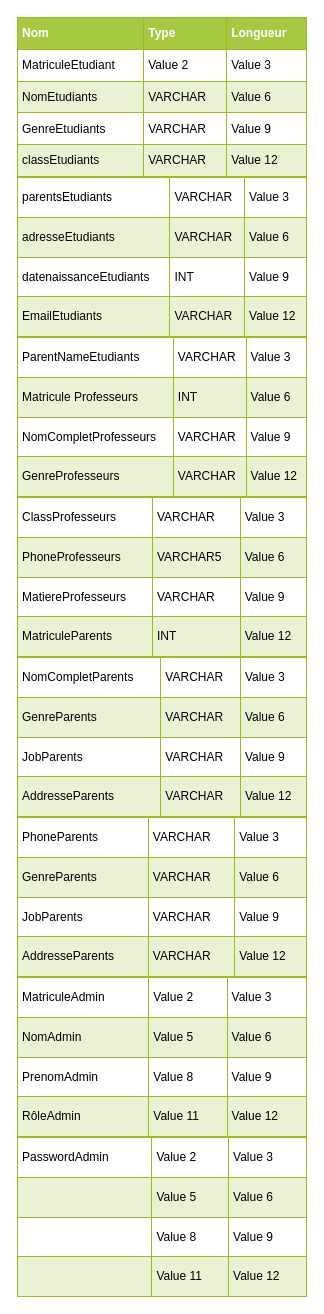
JAMALEEY/Application-de-gestion-d-cole-BETA keeps this draw.io diagram as Conceptions/Merise/DictionnaireDonnée.drawio. Above is the earlier version. Source tidied: cells renumbered, new cells numbered last; positions are measured from the earlier drawing's top-left corner, leaving out a move shared by most shapes. Both pictures are drawn from the tidied source at 100%, with x=0, y=0 at pixel (17, 17).
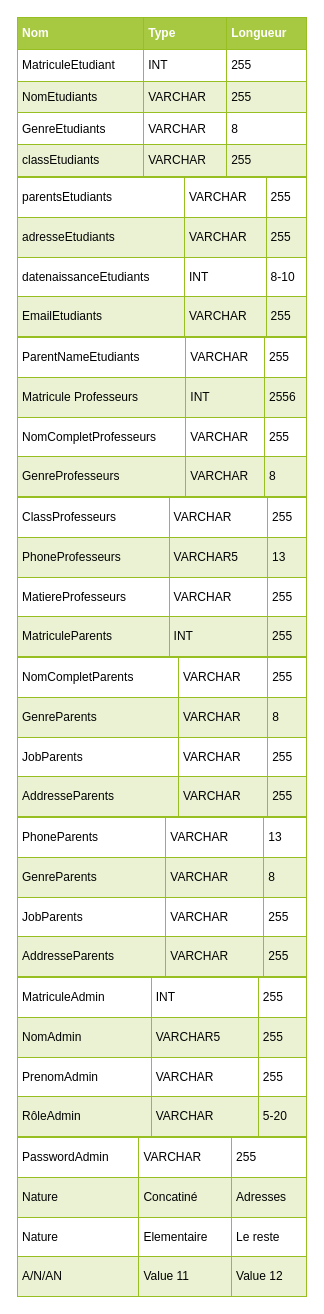
Above is the later version.

Commit message:
Finish Dictionnaire Donnée

Change to the diagram source:
```diff
@@
 <mxGraphModel>
   <root>
     <mxCell id="0" />
     <mxCell id="1" parent="0" />
-    <mxCell id="2" value="&lt;table border=&quot;1&quot; width=&quot;100%&quot; cellpadding=&quot;4&quot; style=&quot;width: 100% ; height: 100% ; border-collapse: collapse&quot;&gt;&lt;tbody&gt;&lt;tr style=&quot;background-color: #a7c942 ; color: #ffffff ; border: 1px solid #98bf21&quot;&gt;&lt;th align=&quot;left&quot;&gt;Nom&lt;/th&gt;&lt;th align=&quot;left&quot;&gt;Type&lt;/th&gt;&lt;th align=&quot;left&quot;&gt;Longueur&lt;/th&gt;&lt;/tr&gt;&lt;tr style=&quot;border: 1px solid #98bf21&quot;&gt;&lt;td&gt;MatriculeEtudiant&lt;/td&gt;&lt;td&gt;Value 2&lt;/td&gt;&lt;td&gt;Value 3&lt;/td&gt;&lt;/tr&gt;&lt;tr style=&quot;background-color: #eaf2d3 ; border: 1px solid #98bf21&quot;&gt;&lt;td&gt;&lt;font color=&quot;#030303&quot;&gt;NomEtudiants&lt;/font&gt;&lt;/td&gt;&lt;td&gt;&lt;font color=&quot;#030303&quot;&gt;VARCHAR&lt;/font&gt;&lt;/td&gt;&lt;td&gt;Value 6&lt;/td&gt;&lt;/tr&gt;&lt;tr style=&quot;border: 1px solid #98bf21&quot;&gt;&lt;td&gt;GenreEtudiants&lt;/td&gt;&lt;td&gt;VARCHAR&lt;/td&gt;&lt;td&gt;Value 9&lt;/td&gt;&lt;/tr&gt;&lt;tr style=&quot;background-color: #eaf2d3 ; border: 1px solid #98bf21&quot;&gt;&lt;td&gt;&lt;font color=&quot;#030303&quot;&gt;classEtudiants&lt;/font&gt;&lt;/td&gt;&lt;td&gt;&lt;font color=&quot;#030303&quot;&gt;VARCHAR&lt;/font&gt;&lt;/td&gt;&lt;td&gt;Value 12&lt;/td&gt;&lt;/tr&gt;&lt;/tbody&gt;&lt;/table&gt;" style="text;html=1;overflow=fill;rounded=0;" parent="1" vertex="1">
+    <mxCell id="2" value="&lt;table border=&quot;1&quot; width=&quot;100%&quot; cellpadding=&quot;4&quot; style=&quot;width: 100% ; height: 100% ; border-collapse: collapse&quot;&gt;&lt;tbody&gt;&lt;tr style=&quot;background-color: #a7c942 ; color: #ffffff ; border: 1px solid #98bf21&quot;&gt;&lt;th align=&quot;left&quot;&gt;Nom&lt;/th&gt;&lt;th align=&quot;left&quot;&gt;Type&lt;/th&gt;&lt;th align=&quot;left&quot;&gt;Longueur&lt;/th&gt;&lt;/tr&gt;&lt;tr style=&quot;border: 1px solid #98bf21&quot;&gt;&lt;td&gt;MatriculeEtudiant&lt;/td&gt;&lt;td&gt;INT&lt;/td&gt;&lt;td&gt;255&lt;/td&gt;&lt;/tr&gt;&lt;tr style=&quot;background-color: #eaf2d3 ; border: 1px solid #98bf21&quot;&gt;&lt;td&gt;&lt;font color=&quot;#030303&quot;&gt;NomEtudiants&lt;/font&gt;&lt;/td&gt;&lt;td&gt;&lt;font color=&quot;#030303&quot;&gt;VARCHAR&lt;/font&gt;&lt;/td&gt;&lt;td&gt;&lt;font color=&quot;#030303&quot;&gt;255&lt;/font&gt;&lt;/td&gt;&lt;/tr&gt;&lt;tr style=&quot;border: 1px solid #98bf21&quot;&gt;&lt;td&gt;GenreEtudiants&lt;/td&gt;&lt;td&gt;VARCHAR&lt;/td&gt;&lt;td&gt;8&lt;/td&gt;&lt;/tr&gt;&lt;tr style=&quot;background-color: #eaf2d3 ; border: 1px solid #98bf21&quot;&gt;&lt;td&gt;&lt;font color=&quot;#030303&quot;&gt;classEtudiants&lt;/font&gt;&lt;/td&gt;&lt;td&gt;&lt;font color=&quot;#030303&quot;&gt;VARCHAR&lt;/font&gt;&lt;/td&gt;&lt;td&gt;&lt;font color=&quot;#030303&quot;&gt;255&lt;/font&gt;&lt;/td&gt;&lt;/tr&gt;&lt;/tbody&gt;&lt;/table&gt;" style="text;html=1;overflow=fill;rounded=0;" parent="1" vertex="1">
       <mxGeometry width="290" height="160" as="geometry" />
     </mxCell>
-    <mxCell id="3" value="&lt;table border=&quot;1&quot; width=&quot;100%&quot; cellpadding=&quot;4&quot; style=&quot;width: 100% ; height: 100% ; border-collapse: collapse&quot;&gt;&lt;tbody&gt;&lt;tr style=&quot;border: 1px solid #98bf21&quot;&gt;&lt;td&gt;parentsEtudiants&lt;/td&gt;&lt;td&gt;VARCHAR&lt;/td&gt;&lt;td&gt;Value 3&lt;/td&gt;&lt;/tr&gt;&lt;tr style=&quot;background-color: #eaf2d3 ; border: 1px solid #98bf21&quot;&gt;&lt;td&gt;&lt;font color=&quot;#030303&quot;&gt;adresseEtudiants&lt;/font&gt;&lt;/td&gt;&lt;td&gt;&lt;font color=&quot;#030303&quot;&gt;VARCHAR&lt;/font&gt;&lt;/td&gt;&lt;td&gt;Value 6&lt;/td&gt;&lt;/tr&gt;&lt;tr style=&quot;border: 1px solid #98bf21&quot;&gt;&lt;td&gt;datenaissanceEtudiants&lt;/td&gt;&lt;td&gt;INT&lt;/td&gt;&lt;td&gt;Value 9&lt;/td&gt;&lt;/tr&gt;&lt;tr style=&quot;background-color: #eaf2d3 ; border: 1px solid #98bf21&quot;&gt;&lt;td&gt;&lt;font color=&quot;#030303&quot;&gt;EmailEtudiants&lt;/font&gt;&lt;/td&gt;&lt;td&gt;&lt;font color=&quot;#030303&quot;&gt;VARCHAR&lt;/font&gt;&lt;/td&gt;&lt;td&gt;Value 12&lt;/td&gt;&lt;/tr&gt;&lt;/tbody&gt;&lt;/table&gt;" style="text;html=1;overflow=fill;rounded=0;" parent="1" vertex="1">
+    <mxCell id="3" value="&lt;table border=&quot;1&quot; width=&quot;100%&quot; cellpadding=&quot;4&quot; style=&quot;width: 100% ; height: 100% ; border-collapse: collapse&quot;&gt;&lt;tbody&gt;&lt;tr style=&quot;border: 1px solid #98bf21&quot;&gt;&lt;td&gt;parentsEtudiants&lt;/td&gt;&lt;td&gt;VARCHAR&lt;/td&gt;&lt;td&gt;255&lt;/td&gt;&lt;/tr&gt;&lt;tr style=&quot;background-color: #eaf2d3 ; border: 1px solid #98bf21&quot;&gt;&lt;td&gt;&lt;font color=&quot;#030303&quot;&gt;adresseEtudiants&lt;/font&gt;&lt;/td&gt;&lt;td&gt;&lt;font color=&quot;#030303&quot;&gt;VARCHAR&lt;/font&gt;&lt;/td&gt;&lt;td&gt;&lt;font color=&quot;#030303&quot;&gt;255&lt;/font&gt;&lt;/td&gt;&lt;/tr&gt;&lt;tr style=&quot;border: 1px solid #98bf21&quot;&gt;&lt;td&gt;datenaissanceEtudiants&lt;/td&gt;&lt;td&gt;INT&lt;/td&gt;&lt;td&gt;8-10&lt;/td&gt;&lt;/tr&gt;&lt;tr style=&quot;background-color: #eaf2d3 ; border: 1px solid #98bf21&quot;&gt;&lt;td&gt;&lt;font color=&quot;#030303&quot;&gt;EmailEtudiants&lt;/font&gt;&lt;/td&gt;&lt;td&gt;&lt;font color=&quot;#030303&quot;&gt;VARCHAR&lt;/font&gt;&lt;/td&gt;&lt;td&gt;&lt;font color=&quot;#030303&quot;&gt;255&lt;/font&gt;&lt;/td&gt;&lt;/tr&gt;&lt;/tbody&gt;&lt;/table&gt;" style="text;html=1;overflow=fill;rounded=0;" parent="1" vertex="1">
       <mxGeometry y="160" width="290" height="160" as="geometry" />
     </mxCell>
-    <mxCell id="4" value="&lt;table border=&quot;1&quot; width=&quot;100%&quot; cellpadding=&quot;4&quot; style=&quot;width: 100% ; height: 100% ; border-collapse: collapse&quot;&gt;&lt;tbody&gt;&lt;tr style=&quot;border: 1px solid #98bf21&quot;&gt;&lt;td&gt;ParentNameEtudiants&lt;/td&gt;&lt;td&gt;VARCHAR&lt;/td&gt;&lt;td&gt;Value 3&lt;/td&gt;&lt;/tr&gt;&lt;tr style=&quot;background-color: #eaf2d3 ; border: 1px solid #98bf21&quot;&gt;&lt;td&gt;&lt;font color=&quot;#030303&quot;&gt;Matricule&amp;nbsp;Professeurs&lt;/font&gt;&lt;/td&gt;&lt;td&gt;&lt;font color=&quot;#030303&quot;&gt;INT&lt;/font&gt;&lt;/td&gt;&lt;td&gt;Value 6&lt;/td&gt;&lt;/tr&gt;&lt;tr style=&quot;border: 1px solid #98bf21&quot;&gt;&lt;td&gt;NomCompletProfesseurs&lt;/td&gt;&lt;td&gt;VARCHAR&lt;/td&gt;&lt;td&gt;Value 9&lt;/td&gt;&lt;/tr&gt;&lt;tr style=&quot;background-color: #eaf2d3 ; border: 1px solid #98bf21&quot;&gt;&lt;td&gt;&lt;font color=&quot;#030303&quot;&gt;GenreProfesseurs&lt;/font&gt;&lt;/td&gt;&lt;td&gt;&lt;font color=&quot;#030303&quot;&gt;VARCHAR&lt;/font&gt;&lt;/td&gt;&lt;td&gt;Value 12&lt;/td&gt;&lt;/tr&gt;&lt;/tbody&gt;&lt;/table&gt;" style="text;html=1;overflow=fill;rounded=0;" parent="1" vertex="1">
+    <mxCell id="4" value="&lt;table border=&quot;1&quot; width=&quot;100%&quot; cellpadding=&quot;4&quot; style=&quot;width: 100% ; height: 100% ; border-collapse: collapse&quot;&gt;&lt;tbody&gt;&lt;tr style=&quot;border: 1px solid #98bf21&quot;&gt;&lt;td&gt;ParentNameEtudiants&lt;/td&gt;&lt;td&gt;VARCHAR&lt;/td&gt;&lt;td&gt;255&lt;/td&gt;&lt;/tr&gt;&lt;tr style=&quot;background-color: #eaf2d3 ; border: 1px solid #98bf21&quot;&gt;&lt;td&gt;&lt;font color=&quot;#030303&quot;&gt;Matricule&amp;nbsp;Professeurs&lt;/font&gt;&lt;/td&gt;&lt;td&gt;&lt;font color=&quot;#030303&quot;&gt;INT&lt;/font&gt;&lt;/td&gt;&lt;td&gt;&lt;font color=&quot;#030303&quot;&gt;2556&lt;/font&gt;&lt;/td&gt;&lt;/tr&gt;&lt;tr style=&quot;border: 1px solid #98bf21&quot;&gt;&lt;td&gt;NomCompletProfesseurs&lt;/td&gt;&lt;td&gt;VARCHAR&lt;/td&gt;&lt;td&gt;255&lt;/td&gt;&lt;/tr&gt;&lt;tr style=&quot;background-color: #eaf2d3 ; border: 1px solid #98bf21&quot;&gt;&lt;td&gt;&lt;font color=&quot;#030303&quot;&gt;GenreProfesseurs&lt;/font&gt;&lt;/td&gt;&lt;td&gt;&lt;font color=&quot;#030303&quot;&gt;VARCHAR&lt;/font&gt;&lt;/td&gt;&lt;td&gt;&lt;font color=&quot;#030303&quot;&gt;8&lt;/font&gt;&lt;/td&gt;&lt;/tr&gt;&lt;/tbody&gt;&lt;/table&gt;" style="text;html=1;overflow=fill;rounded=0;" parent="1" vertex="1">
       <mxGeometry y="320" width="290" height="160" as="geometry" />
     </mxCell>
-    <mxCell id="5" value="&lt;table border=&quot;1&quot; width=&quot;100%&quot; cellpadding=&quot;4&quot; style=&quot;width: 100% ; height: 100% ; border-collapse: collapse&quot;&gt;&lt;tbody&gt;&lt;tr style=&quot;border: 1px solid #98bf21&quot;&gt;&lt;td&gt;ClassProfesseurs&lt;/td&gt;&lt;td&gt;VARCHAR&lt;/td&gt;&lt;td&gt;Value 3&lt;/td&gt;&lt;/tr&gt;&lt;tr style=&quot;background-color: #eaf2d3 ; border: 1px solid #98bf21&quot;&gt;&lt;td&gt;&lt;font color=&quot;#030303&quot;&gt;PhoneProfesseurs&lt;/font&gt;&lt;/td&gt;&lt;td&gt;&lt;font color=&quot;#030303&quot;&gt;VARCHAR5&lt;/font&gt;&lt;/td&gt;&lt;td&gt;Value 6&lt;/td&gt;&lt;/tr&gt;&lt;tr style=&quot;border: 1px solid #98bf21&quot;&gt;&lt;td&gt;MatiereProfesseurs&lt;/td&gt;&lt;td&gt;VARCHAR&lt;/td&gt;&lt;td&gt;Value 9&lt;/td&gt;&lt;/tr&gt;&lt;tr style=&quot;background-color: #eaf2d3 ; border: 1px solid #98bf21&quot;&gt;&lt;td&gt;&lt;font color=&quot;#030303&quot;&gt;MatriculeParents&lt;/font&gt;&lt;br&gt;&lt;/td&gt;&lt;td&gt;&lt;font color=&quot;#030303&quot;&gt;INT&lt;/font&gt;&lt;/td&gt;&lt;td&gt;Value 12&lt;/td&gt;&lt;/tr&gt;&lt;/tbody&gt;&lt;/table&gt;" style="text;html=1;overflow=fill;rounded=0;" parent="1" vertex="1">
+    <mxCell id="5" value="&lt;table border=&quot;1&quot; width=&quot;100%&quot; cellpadding=&quot;4&quot; style=&quot;width: 100% ; height: 100% ; border-collapse: collapse&quot;&gt;&lt;tbody&gt;&lt;tr style=&quot;border: 1px solid #98bf21&quot;&gt;&lt;td&gt;ClassProfesseurs&lt;/td&gt;&lt;td&gt;VARCHAR&lt;/td&gt;&lt;td&gt;255&lt;/td&gt;&lt;/tr&gt;&lt;tr style=&quot;background-color: #eaf2d3 ; border: 1px solid #98bf21&quot;&gt;&lt;td&gt;&lt;font color=&quot;#030303&quot;&gt;PhoneProfesseurs&lt;/font&gt;&lt;/td&gt;&lt;td&gt;&lt;font color=&quot;#030303&quot;&gt;VARCHAR5&lt;/font&gt;&lt;/td&gt;&lt;td&gt;&lt;font color=&quot;#030303&quot;&gt;13&lt;/font&gt;&lt;/td&gt;&lt;/tr&gt;&lt;tr style=&quot;border: 1px solid #98bf21&quot;&gt;&lt;td&gt;MatiereProfesseurs&lt;/td&gt;&lt;td&gt;VARCHAR&lt;/td&gt;&lt;td&gt;255&lt;/td&gt;&lt;/tr&gt;&lt;tr style=&quot;background-color: #eaf2d3 ; border: 1px solid #98bf21&quot;&gt;&lt;td&gt;&lt;font color=&quot;#030303&quot;&gt;MatriculeParents&lt;/font&gt;&lt;br&gt;&lt;/td&gt;&lt;td&gt;&lt;font color=&quot;#030303&quot;&gt;INT&lt;/font&gt;&lt;/td&gt;&lt;td&gt;&lt;font color=&quot;#030303&quot;&gt;255&lt;/font&gt;&lt;/td&gt;&lt;/tr&gt;&lt;/tbody&gt;&lt;/table&gt;" style="text;html=1;overflow=fill;rounded=0;" parent="1" vertex="1">
       <mxGeometry y="480" width="290" height="160" as="geometry" />
     </mxCell>
-    <mxCell id="6" value="&lt;table border=&quot;1&quot; width=&quot;100%&quot; cellpadding=&quot;4&quot; style=&quot;width: 100% ; height: 100% ; border-collapse: collapse&quot;&gt;&lt;tbody&gt;&lt;tr style=&quot;border: 1px solid #98bf21&quot;&gt;&lt;td&gt;NomCompletParents&lt;/td&gt;&lt;td&gt;VARCHAR&lt;/td&gt;&lt;td&gt;Value 3&lt;/td&gt;&lt;/tr&gt;&lt;tr style=&quot;background-color: #eaf2d3 ; border: 1px solid #98bf21&quot;&gt;&lt;td&gt;&lt;font color=&quot;#030303&quot;&gt;GenreParents&lt;/font&gt;&lt;/td&gt;&lt;td&gt;&lt;font color=&quot;#030303&quot;&gt;VARCHAR&lt;/font&gt;&lt;/td&gt;&lt;td&gt;Value 6&lt;/td&gt;&lt;/tr&gt;&lt;tr style=&quot;border: 1px solid #98bf21&quot;&gt;&lt;td&gt;JobParents&lt;/td&gt;&lt;td&gt;VARCHAR&lt;/td&gt;&lt;td&gt;Value 9&lt;/td&gt;&lt;/tr&gt;&lt;tr style=&quot;background-color: #eaf2d3 ; border: 1px solid #98bf21&quot;&gt;&lt;td&gt;&lt;font color=&quot;#030303&quot;&gt;AddresseParents&lt;/font&gt;&lt;/td&gt;&lt;td&gt;&lt;font color=&quot;#030303&quot;&gt;VARCHAR&lt;/font&gt;&lt;/td&gt;&lt;td&gt;Value 12&lt;/td&gt;&lt;/tr&gt;&lt;/tbody&gt;&lt;/table&gt;" style="text;html=1;overflow=fill;rounded=0;" parent="1" vertex="1">
+    <mxCell id="6" value="&lt;table border=&quot;1&quot; width=&quot;100%&quot; cellpadding=&quot;4&quot; style=&quot;width: 100% ; height: 100% ; border-collapse: collapse&quot;&gt;&lt;tbody&gt;&lt;tr style=&quot;border: 1px solid #98bf21&quot;&gt;&lt;td&gt;NomCompletParents&lt;/td&gt;&lt;td&gt;VARCHAR&lt;/td&gt;&lt;td&gt;255&lt;/td&gt;&lt;/tr&gt;&lt;tr style=&quot;background-color: #eaf2d3 ; border: 1px solid #98bf21&quot;&gt;&lt;td&gt;&lt;font color=&quot;#030303&quot;&gt;GenreParents&lt;/font&gt;&lt;/td&gt;&lt;td&gt;&lt;font color=&quot;#030303&quot;&gt;VARCHAR&lt;/font&gt;&lt;/td&gt;&lt;td&gt;&lt;font color=&quot;#030303&quot;&gt;8&lt;/font&gt;&lt;/td&gt;&lt;/tr&gt;&lt;tr style=&quot;border: 1px solid #98bf21&quot;&gt;&lt;td&gt;JobParents&lt;/td&gt;&lt;td&gt;VARCHAR&lt;/td&gt;&lt;td&gt;255&lt;/td&gt;&lt;/tr&gt;&lt;tr style=&quot;background-color: #eaf2d3 ; border: 1px solid #98bf21&quot;&gt;&lt;td&gt;&lt;font color=&quot;#030303&quot;&gt;AddresseParents&lt;/font&gt;&lt;/td&gt;&lt;td&gt;&lt;font color=&quot;#030303&quot;&gt;VARCHAR&lt;/font&gt;&lt;/td&gt;&lt;td&gt;&lt;font color=&quot;#030303&quot;&gt;255&lt;/font&gt;&lt;/td&gt;&lt;/tr&gt;&lt;/tbody&gt;&lt;/table&gt;" style="text;html=1;overflow=fill;rounded=0;" parent="1" vertex="1">
       <mxGeometry y="640" width="290" height="160" as="geometry" />
     </mxCell>
-    <mxCell id="7" value="&lt;table border=&quot;1&quot; width=&quot;100%&quot; cellpadding=&quot;4&quot; style=&quot;width: 100% ; height: 100% ; border-collapse: collapse&quot;&gt;&lt;tbody&gt;&lt;tr style=&quot;border: 1px solid #98bf21&quot;&gt;&lt;td&gt;PhoneParents&lt;/td&gt;&lt;td&gt;VARCHAR&lt;/td&gt;&lt;td&gt;Value 3&lt;/td&gt;&lt;/tr&gt;&lt;tr style=&quot;background-color: #eaf2d3 ; border: 1px solid #98bf21&quot;&gt;&lt;td&gt;&lt;font color=&quot;#030303&quot;&gt;GenreParents&lt;/font&gt;&lt;/td&gt;&lt;td&gt;&lt;font color=&quot;#030303&quot;&gt;VARCHAR&lt;/font&gt;&lt;/td&gt;&lt;td&gt;Value 6&lt;/td&gt;&lt;/tr&gt;&lt;tr style=&quot;border: 1px solid #98bf21&quot;&gt;&lt;td&gt;JobParents&lt;/td&gt;&lt;td&gt;VARCHAR&lt;/td&gt;&lt;td&gt;Value 9&lt;/td&gt;&lt;/tr&gt;&lt;tr style=&quot;background-color: #eaf2d3 ; border: 1px solid #98bf21&quot;&gt;&lt;td&gt;&lt;font color=&quot;#030303&quot;&gt;AddresseParents&lt;/font&gt;&lt;/td&gt;&lt;td&gt;&lt;font color=&quot;#030303&quot;&gt;VARCHAR&lt;/font&gt;&lt;/td&gt;&lt;td&gt;Value 12&lt;/td&gt;&lt;/tr&gt;&lt;/tbody&gt;&lt;/table&gt;" style="text;html=1;overflow=fill;rounded=0;" parent="1" vertex="1">
+    <mxCell id="7" value="&lt;table border=&quot;1&quot; width=&quot;100%&quot; cellpadding=&quot;4&quot; style=&quot;width: 100% ; height: 100% ; border-collapse: collapse&quot;&gt;&lt;tbody&gt;&lt;tr style=&quot;border: 1px solid #98bf21&quot;&gt;&lt;td&gt;PhoneParents&lt;/td&gt;&lt;td&gt;VARCHAR&lt;/td&gt;&lt;td&gt;13&lt;/td&gt;&lt;/tr&gt;&lt;tr style=&quot;background-color: #eaf2d3 ; border: 1px solid #98bf21&quot;&gt;&lt;td&gt;&lt;font color=&quot;#030303&quot;&gt;GenreParents&lt;/font&gt;&lt;/td&gt;&lt;td&gt;&lt;font color=&quot;#030303&quot;&gt;VARCHAR&lt;/font&gt;&lt;/td&gt;&lt;td&gt;&lt;font color=&quot;#030303&quot;&gt;8&lt;/font&gt;&lt;/td&gt;&lt;/tr&gt;&lt;tr style=&quot;border: 1px solid #98bf21&quot;&gt;&lt;td&gt;JobParents&lt;/td&gt;&lt;td&gt;VARCHAR&lt;/td&gt;&lt;td&gt;255&lt;/td&gt;&lt;/tr&gt;&lt;tr style=&quot;background-color: #eaf2d3 ; border: 1px solid #98bf21&quot;&gt;&lt;td&gt;&lt;font color=&quot;#030303&quot;&gt;AddresseParents&lt;/font&gt;&lt;/td&gt;&lt;td&gt;&lt;font color=&quot;#030303&quot;&gt;VARCHAR&lt;/font&gt;&lt;/td&gt;&lt;td&gt;&lt;font color=&quot;#030303&quot;&gt;255&lt;/font&gt;&lt;/td&gt;&lt;/tr&gt;&lt;/tbody&gt;&lt;/table&gt;" style="text;html=1;overflow=fill;rounded=0;" parent="1" vertex="1">
       <mxGeometry y="800" width="290" height="160" as="geometry" />
     </mxCell>
-    <mxCell id="8" value="&lt;table border=&quot;1&quot; width=&quot;100%&quot; cellpadding=&quot;4&quot; style=&quot;width: 100% ; height: 100% ; border-collapse: collapse&quot;&gt;&lt;tbody&gt;&lt;tr style=&quot;border: 1px solid #98bf21&quot;&gt;&lt;td&gt;MatriculeAdmin&lt;/td&gt;&lt;td&gt;Value 2&lt;/td&gt;&lt;td&gt;Value 3&lt;/td&gt;&lt;/tr&gt;&lt;tr style=&quot;background-color: #eaf2d3 ; border: 1px solid #98bf21&quot;&gt;&lt;td&gt;&lt;font color=&quot;#030303&quot;&gt;NomAdmin&lt;/font&gt;&lt;/td&gt;&lt;td&gt;Value 5&lt;/td&gt;&lt;td&gt;Value 6&lt;/td&gt;&lt;/tr&gt;&lt;tr style=&quot;border: 1px solid #98bf21&quot;&gt;&lt;td&gt;PrenomAdmin&lt;/td&gt;&lt;td&gt;Value 8&lt;/td&gt;&lt;td&gt;Value 9&lt;/td&gt;&lt;/tr&gt;&lt;tr style=&quot;background-color: #eaf2d3 ; border: 1px solid #98bf21&quot;&gt;&lt;td&gt;&lt;font color=&quot;#030303&quot;&gt;RôleAdmin&lt;/font&gt;&lt;/td&gt;&lt;td&gt;Value 11&lt;/td&gt;&lt;td&gt;Value 12&lt;/td&gt;&lt;/tr&gt;&lt;/tbody&gt;&lt;/table&gt;" style="text;html=1;overflow=fill;rounded=0;" parent="1" vertex="1">
+    <mxCell id="8" value="&lt;table border=&quot;1&quot; width=&quot;100%&quot; cellpadding=&quot;4&quot; style=&quot;width: 100% ; height: 100% ; border-collapse: collapse&quot;&gt;&lt;tbody&gt;&lt;tr style=&quot;border: 1px solid #98bf21&quot;&gt;&lt;td&gt;MatriculeAdmin&lt;/td&gt;&lt;td&gt;INT&lt;/td&gt;&lt;td&gt;255&lt;/td&gt;&lt;/tr&gt;&lt;tr style=&quot;background-color: #eaf2d3 ; border: 1px solid #98bf21&quot;&gt;&lt;td&gt;&lt;font color=&quot;#030303&quot;&gt;NomAdmin&lt;/font&gt;&lt;/td&gt;&lt;td&gt;&lt;font color=&quot;#030303&quot;&gt;VARCHAR5&lt;/font&gt;&lt;/td&gt;&lt;td&gt;&lt;font color=&quot;#030303&quot;&gt;255&lt;/font&gt;&lt;/td&gt;&lt;/tr&gt;&lt;tr style=&quot;border: 1px solid #98bf21&quot;&gt;&lt;td&gt;PrenomAdmin&lt;/td&gt;&lt;td&gt;VARCHAR&lt;/td&gt;&lt;td&gt;255&lt;/td&gt;&lt;/tr&gt;&lt;tr style=&quot;background-color: #eaf2d3 ; border: 1px solid #98bf21&quot;&gt;&lt;td&gt;&lt;font color=&quot;#030303&quot;&gt;RôleAdmin&lt;/font&gt;&lt;/td&gt;&lt;td&gt;&lt;font color=&quot;#030303&quot;&gt;VARCHAR&lt;/font&gt;&lt;/td&gt;&lt;td&gt;&lt;font color=&quot;#030303&quot;&gt;5-20&lt;/font&gt;&lt;/td&gt;&lt;/tr&gt;&lt;/tbody&gt;&lt;/table&gt;" style="text;html=1;overflow=fill;rounded=0;" parent="1" vertex="1">
       <mxGeometry y="960" width="290" height="160" as="geometry" />
     </mxCell>
-    <mxCell id="9" value="&lt;table border=&quot;1&quot; width=&quot;100%&quot; cellpadding=&quot;4&quot; style=&quot;width: 100% ; height: 100% ; border-collapse: collapse&quot;&gt;&lt;tbody&gt;&lt;tr style=&quot;border: 1px solid #98bf21&quot;&gt;&lt;td&gt;PasswordAdmin&lt;/td&gt;&lt;td&gt;Value 2&lt;/td&gt;&lt;td&gt;Value 3&lt;/td&gt;&lt;/tr&gt;&lt;tr style=&quot;background-color: #eaf2d3 ; border: 1px solid #98bf21&quot;&gt;&lt;td&gt;&lt;/td&gt;&lt;td&gt;Value 5&lt;/td&gt;&lt;td&gt;Value 6&lt;/td&gt;&lt;/tr&gt;&lt;tr style=&quot;border: 1px solid #98bf21&quot;&gt;&lt;td&gt;&lt;br&gt;&lt;/td&gt;&lt;td&gt;Value 8&lt;/td&gt;&lt;td&gt;Value 9&lt;/td&gt;&lt;/tr&gt;&lt;tr style=&quot;background-color: #eaf2d3 ; border: 1px solid #98bf21&quot;&gt;&lt;td&gt;&lt;br&gt;&lt;/td&gt;&lt;td&gt;Value 11&lt;/td&gt;&lt;td&gt;Value 12&lt;/td&gt;&lt;/tr&gt;&lt;/tbody&gt;&lt;/table&gt;" style="text;html=1;overflow=fill;rounded=0;" parent="1" vertex="1">
+    <mxCell id="9" value="&lt;table border=&quot;1&quot; width=&quot;100%&quot; cellpadding=&quot;4&quot; style=&quot;width: 100% ; height: 100% ; border-collapse: collapse&quot;&gt;&lt;tbody&gt;&lt;tr style=&quot;border: 1px solid #98bf21&quot;&gt;&lt;td&gt;PasswordAdmin&lt;/td&gt;&lt;td&gt;VARCHAR&lt;/td&gt;&lt;td&gt;255&lt;br&gt;&lt;/td&gt;&lt;/tr&gt;&lt;tr style=&quot;background-color: #eaf2d3 ; border: 1px solid #98bf21&quot;&gt;&lt;td&gt;&lt;font color=&quot;#030303&quot;&gt;Nature&lt;/font&gt;&lt;/td&gt;&lt;td&gt;&lt;font color=&quot;#030303&quot;&gt;Concatiné&lt;/font&gt;&lt;/td&gt;&lt;td&gt;&lt;font color=&quot;#030303&quot;&gt;Adresses&lt;/font&gt;&lt;/td&gt;&lt;/tr&gt;&lt;tr style=&quot;border: 1px solid #98bf21&quot;&gt;&lt;td&gt;Nature&lt;/td&gt;&lt;td&gt;Elementaire&lt;/td&gt;&lt;td&gt;Le reste&lt;/td&gt;&lt;/tr&gt;&lt;tr style=&quot;background-color: #eaf2d3 ; border: 1px solid #98bf21&quot;&gt;&lt;td&gt;A/N/AN&lt;/td&gt;&lt;td&gt;Value 11&lt;/td&gt;&lt;td&gt;Value 12&lt;/td&gt;&lt;/tr&gt;&lt;/tbody&gt;&lt;/table&gt;" style="text;html=1;overflow=fill;rounded=0;" parent="1" vertex="1">
       <mxGeometry y="1120" width="290" height="160" as="geometry" />
     </mxCell>
   </root>
 </mxGraphModel>
```
